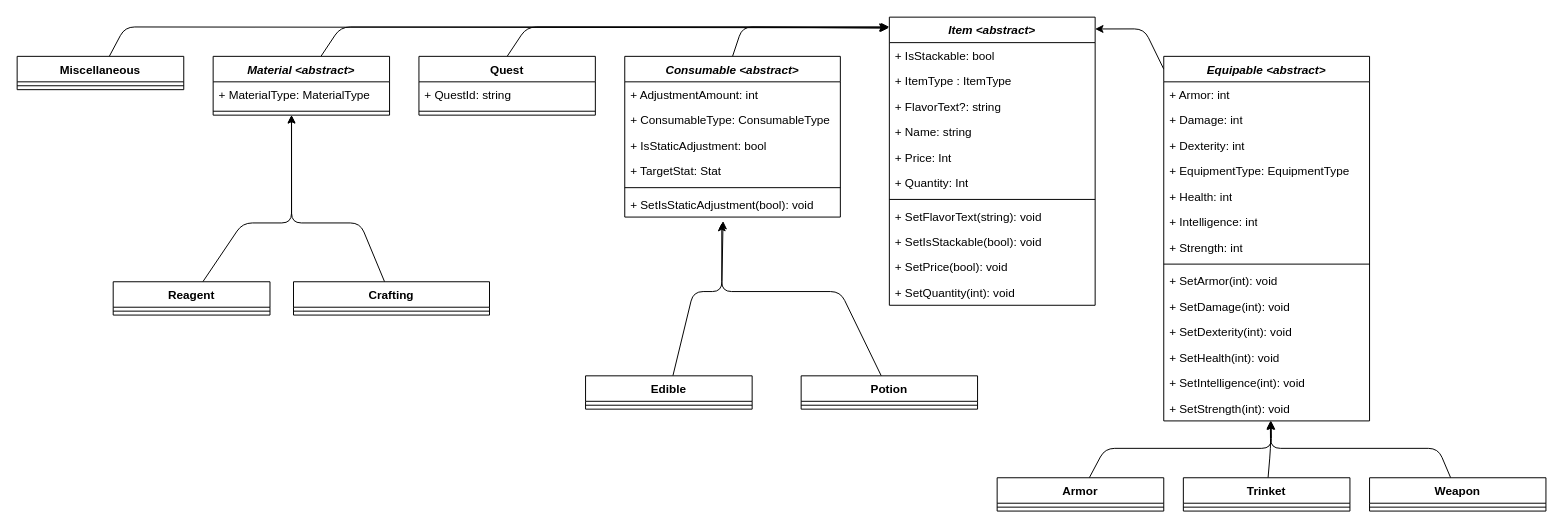
The draw.io diagram docs/design/domain_models/items.drawio in scottfalbo/GameEngine, before the edit. Source tidied: cells renumbered, new cells numbered last; positions are measured from the earlier drawing's top-left corner, leaving out a move shared by most shapes. Both pictures are drawn from the tidied source at 98%, with x=0, y=0 at pixel (17, 17).
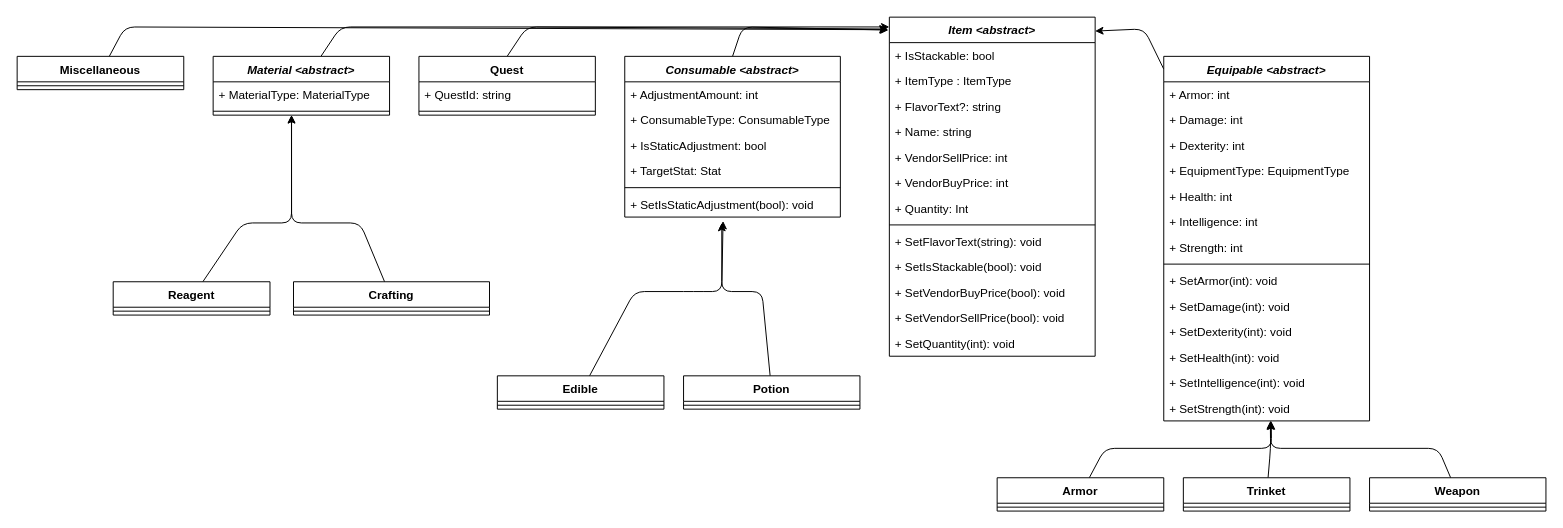
The same diagram, later.

The change refers to these unchanged cells:
```xml
<mxCell id="43" value="+ SetIsStaticAdjustment(bool): void" style="text;strokeColor=none;fillColor=none;align=left;verticalAlign=top;spacingLeft=4;spacingRight=4;overflow=hidden;points=[[0,0.5],[1,0.5]];portConstraint=eastwest;" parent="37" vertex="1">
  <mxGeometry y="138" width="220" height="26" as="geometry" />
</mxCell>
```

Change to the diagram source:
```diff
@@
     <mxCell id="2" value="&lt;i style=&quot;&quot;&gt;Item&lt;/i&gt;&lt;i style=&quot;&quot;&gt; &amp;lt;abstract&amp;gt;&lt;/i&gt;" style="swimlane;fontStyle=1;align=center;verticalAlign=top;horizontal=1;startSize=26;whiteSpace=wrap;html=1;" parent="1" vertex="1">
-      <mxGeometry x="890" width="210" height="294" as="geometry" />
+      <mxGeometry x="890" width="210" height="346" as="geometry" />
     </mxCell>
@@
-    <mxCell id="7" value="+ Price: Int" style="text;strokeColor=none;fillColor=none;align=left;verticalAlign=top;spacingLeft=4;spacingRight=4;overflow=hidden;whiteSpace=wrap;html=1;" parent="2" vertex="1">
+    <mxCell id="7" value="+ VendorSellPrice: int" style="text;strokeColor=none;fillColor=none;align=left;verticalAlign=top;spacingLeft=4;spacingRight=4;overflow=hidden;whiteSpace=wrap;html=1;" parent="2" vertex="1">
       <mxGeometry y="130" width="210" height="26" as="geometry" />
     </mxCell>
+    <mxCell id="70" value="+ VendorBuyPrice: int" style="text;strokeColor=none;fillColor=none;align=left;verticalAlign=top;spacingLeft=4;spacingRight=4;overflow=hidden;" parent="2" vertex="1">
+      <mxGeometry y="156" width="210" height="26" as="geometry" />
+    </mxCell>
     <mxCell id="8" value="+ Quantity: Int" style="text;strokeColor=none;fillColor=none;align=left;verticalAlign=top;spacingLeft=4;spacingRight=4;overflow=hidden;whiteSpace=wrap;html=1;" parent="2" vertex="1">
-      <mxGeometry y="156" width="210" height="26" as="geometry" />
+      <mxGeometry y="182" width="210" height="26" as="geometry" />
     </mxCell>
     <mxCell id="9" style="line;strokeWidth=1;fillColor=none;align=left;verticalAlign=middle;spacingTop=-1;spacingLeft=3;spacingRight=3;labelPosition=right;strokeColor=inherit;" parent="2" vertex="1">
-      <mxGeometry y="182" width="210" height="8" as="geometry" />
+      <mxGeometry y="208" width="210" height="8" as="geometry" />
     </mxCell>
     <mxCell id="10" value="+ SetFlavorText(string): void" style="text;strokeColor=none;fillColor=none;align=left;verticalAlign=top;spacingLeft=4;spacingRight=4;overflow=hidden;whiteSpace=wrap;html=1;" parent="2" vertex="1">
-      <mxGeometry y="190" width="210" height="26" as="geometry" />
+      <mxGeometry y="216" width="210" height="26" as="geometry" />
     </mxCell>
     <mxCell id="11" value="+ SetIsStackable(bool): void" style="text;strokeColor=none;fillColor=none;align=left;verticalAlign=top;spacingLeft=4;spacingRight=4;overflow=hidden;whiteSpace=wrap;html=1;" parent="2" vertex="1">
-      <mxGeometry y="216" width="210" height="26" as="geometry" />
+      <mxGeometry y="242" width="210" height="26" as="geometry" />
     </mxCell>
-    <mxCell id="12" value="+ SetPrice(bool): void" style="text;strokeColor=none;fillColor=none;align=left;verticalAlign=top;spacingLeft=4;spacingRight=4;overflow=hidden;whiteSpace=wrap;html=1;" parent="2" vertex="1">
-      <mxGeometry y="242" width="210" height="26" as="geometry" />
+    <mxCell id="12" value="+ Set&lt;span style=&quot;&quot;&gt;VendorBuyPrice&lt;/span&gt;(bool): void" style="text;strokeColor=none;fillColor=none;align=left;verticalAlign=top;spacingLeft=4;spacingRight=4;overflow=hidden;whiteSpace=wrap;html=1;" parent="2" vertex="1">
+      <mxGeometry y="268" width="210" height="26" as="geometry" />
     </mxCell>
+    <mxCell id="71" value="+ Set&lt;span style=&quot;&quot;&gt;VendorSellPrice&lt;/span&gt;(bool): void" style="text;strokeColor=none;fillColor=none;align=left;verticalAlign=top;spacingLeft=4;spacingRight=4;overflow=hidden;whiteSpace=wrap;html=1;" parent="2" vertex="1">
+      <mxGeometry y="294" width="210" height="26" as="geometry" />
+    </mxCell>
     <mxCell id="13" value="+ SetQuantity(int): void" style="text;strokeColor=none;fillColor=none;align=left;verticalAlign=top;spacingLeft=4;spacingRight=4;overflow=hidden;whiteSpace=wrap;html=1;" parent="2" vertex="1">
-      <mxGeometry y="268" width="210" height="26" as="geometry" />
+      <mxGeometry y="320" width="210" height="26" as="geometry" />
     </mxCell>
@@
     <mxCell id="44" style="edgeStyle=none;html=1;entryX=0.45;entryY=1.231;entryDx=0;entryDy=0;entryPerimeter=0;" parent="1" edge="1" source="45" target="43">
       <mxGeometry relative="1" as="geometry">
         <Array as="points">
-          <mxPoint x="840" y="280" />
+          <mxPoint x="760" y="280" />
           <mxPoint x="719" y="280" />
         </Array>
       </mxGeometry>
     </mxCell>
     <mxCell id="45" value="Potion" style="swimlane;fontStyle=1;align=center;verticalAlign=top;horizontal=1;startSize=26;whiteSpace=wrap;html=1;" parent="1" vertex="1">
-      <mxGeometry x="800" y="366" width="180" height="34" as="geometry" />
+      <mxGeometry x="680" y="366" width="180" height="34" as="geometry" />
     </mxCell>
@@
     <mxCell id="54" style="edgeStyle=none;html=1;entryX=0.456;entryY=1.155;entryDx=0;entryDy=0;entryPerimeter=0;" parent="1" edge="1" source="55" target="43">
       <mxGeometry relative="1" as="geometry">
         <Array as="points">
+          <mxPoint x="630" y="280" />
           <mxPoint x="690" y="280" />
           <mxPoint x="719" y="280" />
         </Array>
       </mxGeometry>
     </mxCell>
     <mxCell id="55" value="Edible" style="swimlane;fontStyle=1;align=center;verticalAlign=top;horizontal=1;startSize=26;whiteSpace=wrap;html=1;" parent="1" vertex="1">
-      <mxGeometry x="580" y="366" width="170" height="34" as="geometry" />
+      <mxGeometry x="490" y="366" width="170" height="34" as="geometry" />
     </mxCell>
```
